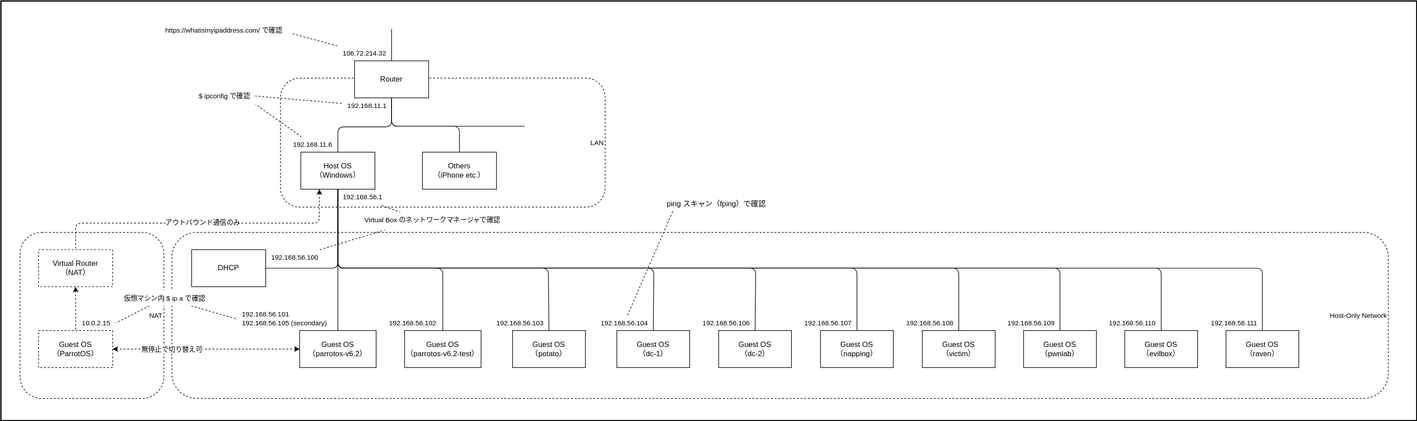
Before: diagrams/network-of-hacking-lab.drawio.svg, a diagram exported from draw.io (SOUSUKEKUROSAWA/drawio). Source tidied: cells renumbered, new cells last; positions are measured from the earlier drawing's top-left corner, leaving out a move shared by most shapes.
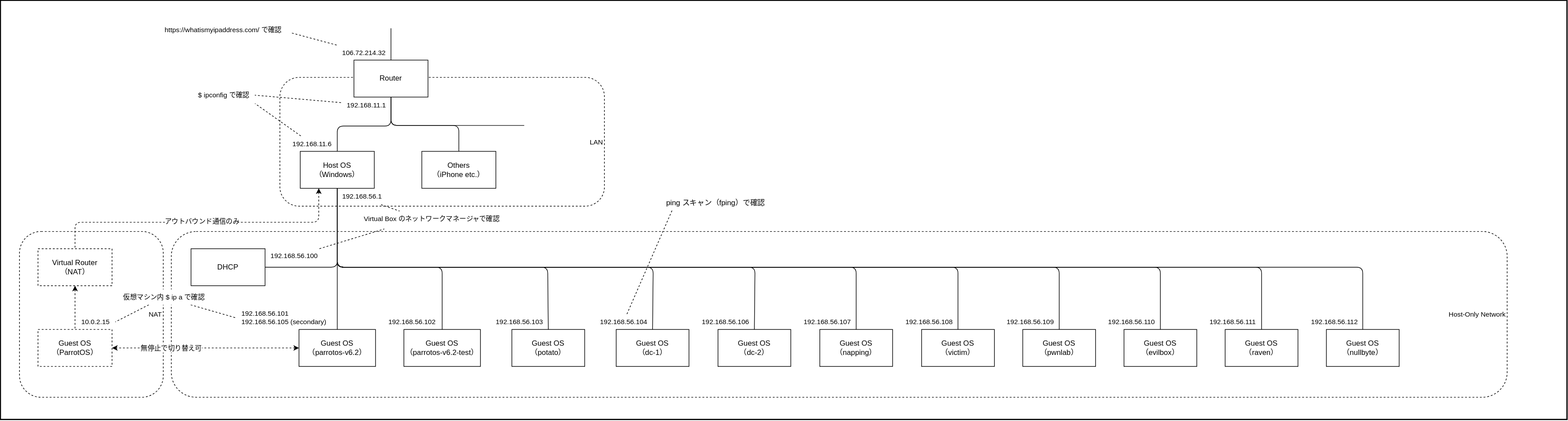
The same diagram one commit later.

Change to the diagram source:
```diff
@@ -3,13 +3,13 @@
     <mxCell id="0" />
     <mxCell id="1" parent="0" />
     <mxCell id="2" style="rounded=0;whiteSpace=wrap;html=1;strokeWidth=2;" parent="1" vertex="1">
-      <mxGeometry width="2294" height="680" as="geometry" />
+      <mxGeometry width="2539" height="680" as="geometry" />
     </mxCell>
     <mxCell id="3" value="NAT&amp;nbsp;" style="rounded=1;whiteSpace=wrap;html=1;fontSize=11;fontColor=#000000;fillColor=none;dashed=1;align=right;" parent="1" vertex="1">
       <mxGeometry x="31" y="375" width="233" height="269" as="geometry" />
     </mxCell>
     <mxCell id="4" value="Host-Only Network&amp;nbsp;" style="rounded=1;whiteSpace=wrap;html=1;fontSize=11;fontColor=#000000;fillColor=none;dashed=1;align=right;" parent="1" vertex="1">
-      <mxGeometry x="277" y="375" width="1971" height="269" as="geometry" />
+      <mxGeometry x="277" y="375" width="2165" height="269" as="geometry" />
     </mxCell>
     <mxCell id="5" value="LAN&amp;nbsp;" style="rounded=1;whiteSpace=wrap;html=1;fontSize=11;fontColor=#000000;fillColor=none;dashed=1;align=right;" parent="1" vertex="1">
       <mxGeometry x="453" y="125" width="526" height="209" as="geometry" />
@@ -147,6 +147,14 @@
         </Array>
       </mxGeometry>
     </mxCell>
+    <mxCell id="71" style="edgeStyle=none;html=1;endArrow=none;endFill=0;entryX=0.5;entryY=0;entryDx=0;entryDy=0;" parent="1" edge="1" source="26" target="72">
+      <mxGeometry relative="1" as="geometry">
+        <Array as="points">
+          <mxPoint x="546" y="433" />
+          <mxPoint x="2208" y="433" />
+        </Array>
+      </mxGeometry>
+    </mxCell>
     <mxCell id="26" value="Host OS&lt;br&gt;（Windows）" style="rounded=0;whiteSpace=wrap;html=1;" parent="1" vertex="1">
       <mxGeometry x="486" y="245" width="120" height="60" as="geometry" />
     </mxCell>
@@ -284,5 +292,11 @@
     <mxCell id="70" value="192.168.56.111" style="text;html=1;align=center;verticalAlign=middle;strokeColor=none;fillColor=none;fontSize=11;fontColor=#000000;" parent="1" vertex="1">
       <mxGeometry x="1951" y="509" width="93" height="25" as="geometry" />
     </mxCell>
+    <mxCell id="72" value="Guest OS&lt;br&gt;（nullbyte）" style="rounded=0;whiteSpace=wrap;html=1;" parent="1" vertex="1">
+      <mxGeometry x="2149" y="534" width="118" height="60" as="geometry" />
+    </mxCell>
+    <mxCell id="73" value="192.168.56.112" style="text;html=1;align=center;verticalAlign=middle;strokeColor=none;fillColor=none;fontSize=11;fontColor=#000000;" parent="1" vertex="1">
+      <mxGeometry x="2115" y="509" width="94" height="25" as="geometry" />
+    </mxCell>
   </root>
 </mxGraphModel>
```
